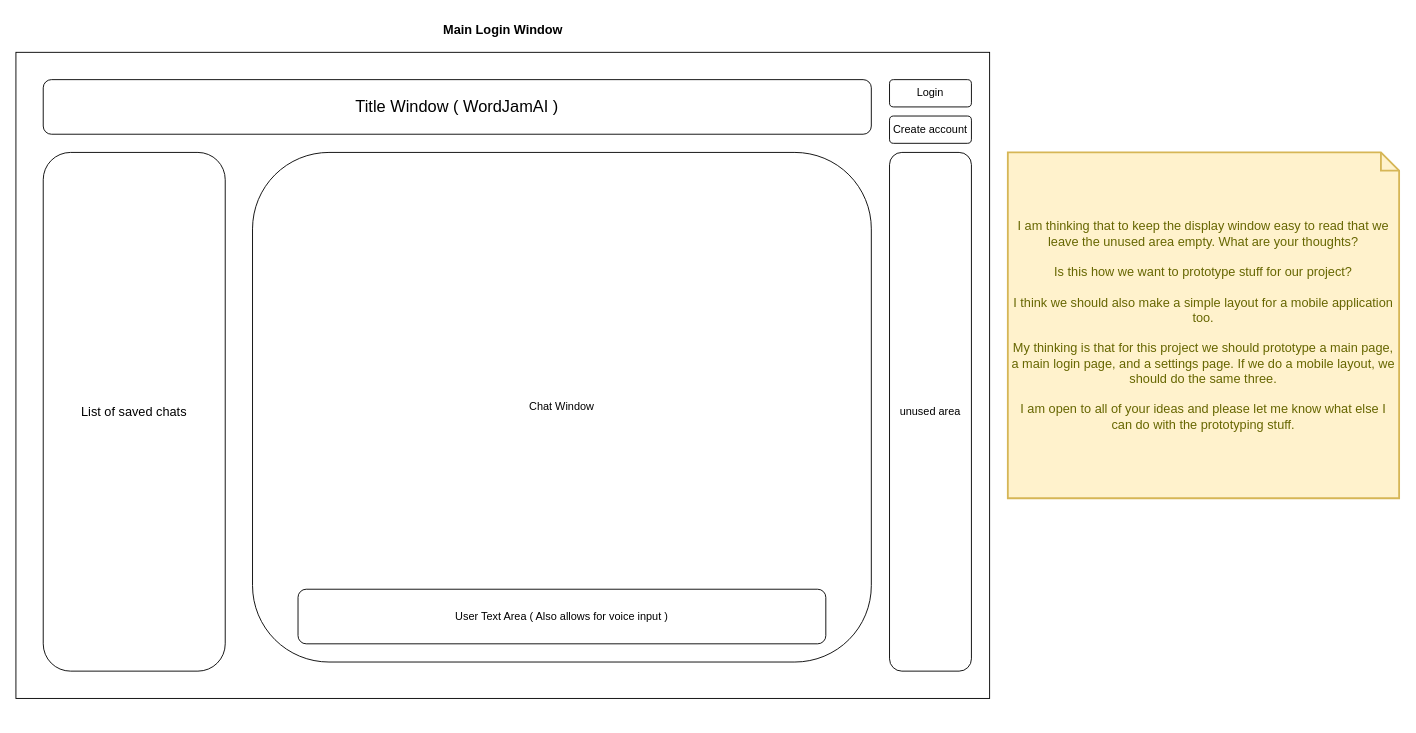
Earlier version of the draw.io diagram 460prototype.drawio (mmeiser19/cpsc460). Source tidied: cells renumbered, new cells numbered last; positions are measured from the earlier drawing's top-left corner, leaving out a move shared by most shapes. Both pictures are drawn from the tidied source at 91%, with x=0, y=0 at pixel (15, 15).
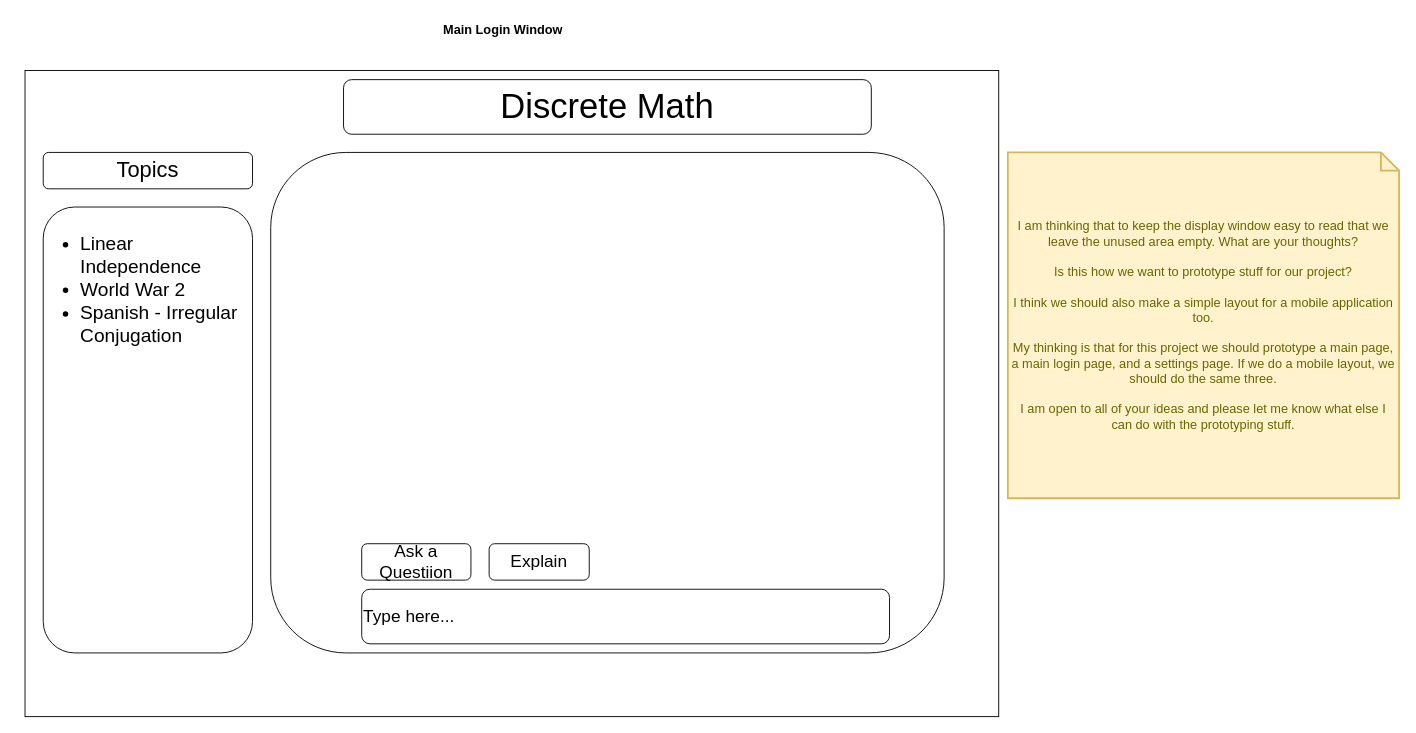
The same diagram, later.

Diff of the diagram source:
```diff
@@
 <mxGraphModel>
   <root>
     <mxCell id="0" />
     <mxCell id="1" parent="0" />
     <mxCell id="2" style="rounded=0;whiteSpace=wrap;html=1;" parent="1" vertex="1">
-      <mxGeometry y="40" width="1070" height="710" as="geometry" />
+      <mxGeometry x="10" y="60" width="1070" height="710" as="geometry" />
     </mxCell>
     <mxCell id="3" value="&lt;b&gt;&lt;font style=&quot;font-size: 14px;&quot;&gt;Main Login Window&lt;/font&gt;&lt;/b&gt;" style="text;html=1;strokeColor=none;fillColor=none;align=center;verticalAlign=middle;whiteSpace=wrap;rounded=0;" parent="1" vertex="1">
       <mxGeometry x="457.5" width="155" height="30" as="geometry" />
     </mxCell>
-    <mxCell id="4" value="Login" style="rounded=1;whiteSpace=wrap;html=1;" parent="1" vertex="1">
-      <mxGeometry x="960" y="70" width="90" height="30" as="geometry" />
-    </mxCell>
-    <mxCell id="5" value="Create account" style="rounded=1;whiteSpace=wrap;html=1;" parent="1" vertex="1">
-      <mxGeometry x="960" y="110" width="90" height="30" as="geometry" />
-    </mxCell>
-    <mxCell id="6" value="&lt;font style=&quot;font-size: 18px;&quot;&gt;Title Window ( WordJamAI )&lt;/font&gt;" style="rounded=1;whiteSpace=wrap;html=1;" parent="1" vertex="1">
-      <mxGeometry x="30" y="70" width="910" height="60" as="geometry" />
+    <mxCell id="6" value="&lt;span style=&quot;font-size: 38px;&quot;&gt;Discrete Math&lt;/span&gt;" style="rounded=1;whiteSpace=wrap;html=1;" parent="1" vertex="1">
+      <mxGeometry x="360" y="70" width="580" height="60" as="geometry" />
     </mxCell>
-    <mxCell id="7" value="&lt;font style=&quot;font-size: 14px;&quot;&gt;List of saved chats&lt;/font&gt;" style="rounded=1;whiteSpace=wrap;html=1;" parent="1" vertex="1">
-      <mxGeometry x="30" y="150" width="200" height="570" as="geometry" />
+    <mxCell id="7" value="&lt;span style=&quot;font-size: 24px;&quot;&gt;Topics&lt;/span&gt;" style="rounded=1;whiteSpace=wrap;html=1;" parent="1" vertex="1">
+      <mxGeometry x="30" y="150" width="230" height="40" as="geometry" />
     </mxCell>
-    <mxCell id="8" value="Chat Window" style="rounded=1;whiteSpace=wrap;html=1;" parent="1" vertex="1">
-      <mxGeometry x="260" y="150" width="680" height="560" as="geometry" />
+    <mxCell id="8" style="rounded=1;whiteSpace=wrap;html=1;" parent="1" vertex="1">
+      <mxGeometry x="280" y="150" width="740" height="550" as="geometry" />
     </mxCell>
-    <mxCell id="9" value="User Text Area ( Also allows for voice input )" style="rounded=1;whiteSpace=wrap;html=1;" parent="1" vertex="1">
-      <mxGeometry x="310" y="630" width="580" height="60" as="geometry" />
+    <mxCell id="9" value="&lt;font style=&quot;font-size: 19px;&quot;&gt;Type here...&lt;/font&gt;" style="rounded=1;whiteSpace=wrap;html=1;align=left;" parent="1" vertex="1">
+      <mxGeometry x="380" y="630" width="580" height="60" as="geometry" />
     </mxCell>
-    <mxCell id="10" value="unused area" style="rounded=1;whiteSpace=wrap;html=1;" parent="1" vertex="1">
-      <mxGeometry x="960" y="150" width="90" height="570" as="geometry" />
-    </mxCell>
     <mxCell id="11" value="I am thinking that to keep the display window easy to read that we leave the unused area empty. What are your thoughts?&lt;br&gt;&lt;br&gt;Is this how we want to prototype stuff for our project?&lt;br&gt;&lt;br&gt;I think we should also make a simple layout for a mobile application too.&lt;br&gt;&lt;br&gt;My thinking is that for this project we should prototype a main page, a main login page, and a settings page. If we do a mobile layout, we should do the same three.&lt;br&gt;&lt;br&gt;I am open to all of your ideas and please let me know what else I can do with the prototyping stuff." style="shape=note;strokeWidth=2;fontSize=14;size=20;whiteSpace=wrap;html=1;fillColor=#fff2cc;strokeColor=#d6b656;fontColor=#666600;" parent="1" vertex="1">
       <mxGeometry x="1090" y="150" width="430" height="380" as="geometry" />
     </mxCell>
+    <mxCell id="12" value="&lt;ul style=&quot;font-size: 21px;&quot;&gt;&lt;li style=&quot;text-align: left;&quot;&gt;&lt;span style=&quot;background-color: initial;&quot;&gt;Linear Independence&lt;/span&gt;&lt;/li&gt;&lt;li style=&quot;text-align: left;&quot;&gt;&lt;span style=&quot;background-color: initial;&quot;&gt;World War 2&lt;/span&gt;&lt;/li&gt;&lt;li style=&quot;text-align: left;&quot;&gt;&lt;span style=&quot;background-color: initial;&quot;&gt;Spanish - Irregular Conjugation&lt;/span&gt;&lt;/li&gt;&lt;/ul&gt;" style="rounded=1;whiteSpace=wrap;html=1;verticalAlign=top;" parent="1" vertex="1">
+      <mxGeometry x="30" y="210" width="230" height="490" as="geometry" />
+    </mxCell>
+    <mxCell id="13" value="&lt;font style=&quot;font-size: 19px;&quot;&gt;Ask a Questiion&lt;/font&gt;" style="rounded=1;whiteSpace=wrap;html=1;" parent="1" vertex="1">
+      <mxGeometry x="380" y="580" width="120" height="40" as="geometry" />
+    </mxCell>
+    <mxCell id="14" value="&lt;font style=&quot;font-size: 19px;&quot;&gt;Explain&lt;/font&gt;" style="rounded=1;whiteSpace=wrap;html=1;" parent="1" vertex="1">
+      <mxGeometry x="520" y="580" width="110" height="40" as="geometry" />
+    </mxCell>
   </root>
 </mxGraphModel>
```
